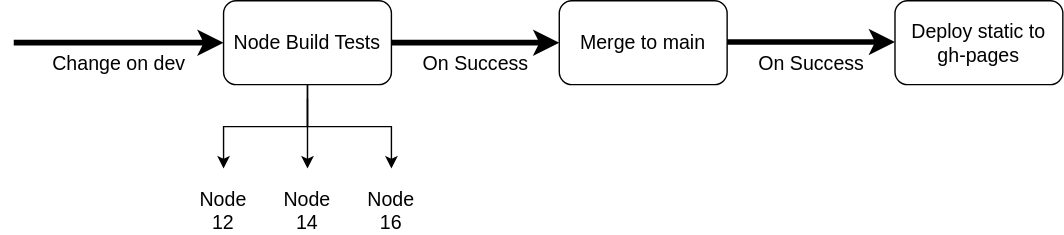
Earlier version of the draw.io export assets/fullprocess.svg (williamng95/fintech-devops). Source tidied: cells renumbered, new cells last; positions are measured from the earlier drawing's top-left corner, leaving out a move shared by most shapes. Its diagram source:
```xml
<mxGraphModel>
  <root>
    <mxCell id="0" />
    <mxCell id="1" parent="0" />
    <mxCell id="2" style="group;labelBackgroundColor=none;fillColor=none;" parent="1" vertex="1">
      <mxGeometry width="750" height="160" as="geometry" />
    </mxCell>
    <mxCell id="3" value="Change on dev" style="endArrow=classic;html=1;strokeColor=#000000;strokeWidth=4;labelPosition=center;verticalLabelPosition=top;align=center;verticalAlign=top;fontSize=14;labelBackgroundColor=none;" parent="2" edge="1">
      <mxGeometry relative="1" as="geometry">
        <mxPoint y="30" as="sourcePoint" />
        <mxPoint x="150" y="30" as="targetPoint" />
      </mxGeometry>
    </mxCell>
    <mxCell id="4" value="Node Build Tests" style="rounded=1;whiteSpace=wrap;html=1;fontSize=14;labelBackgroundColor=none;" parent="2" vertex="1">
      <mxGeometry x="150" width="120" height="60" as="geometry" />
    </mxCell>
    <mxCell id="5" value="Merge to main" style="rounded=1;whiteSpace=wrap;html=1;fontSize=14;labelBackgroundColor=none;" parent="2" vertex="1">
      <mxGeometry x="390" width="120" height="60" as="geometry" />
    </mxCell>
    <mxCell id="6" value="On Success" style="edgeStyle=orthogonalEdgeStyle;curved=1;jettySize=auto;html=1;endArrow=classic;endFill=1;strokeColor=#000000;strokeWidth=4;fontSize=14;labelPosition=center;verticalLabelPosition=top;align=center;verticalAlign=top;labelBackgroundColor=none;" parent="2" edge="1" source="4" target="5">
      <mxGeometry relative="1" as="geometry" />
    </mxCell>
    <mxCell id="7" style="edgeStyle=elbowEdgeStyle;elbow=vertical;html=1;rounded=0;labelBackgroundColor=none;" parent="2" edge="1">
      <mxGeometry relative="1" as="geometry">
        <mxPoint x="210" y="70" as="sourcePoint" />
        <mxPoint x="150" y="120" as="targetPoint" />
        <Array as="points">
          <mxPoint x="180" y="90" />
        </Array>
      </mxGeometry>
    </mxCell>
    <mxCell id="8" style="edgeStyle=elbowEdgeStyle;elbow=vertical;html=1;rounded=0;labelBackgroundColor=none;" parent="2" edge="1">
      <mxGeometry relative="1" as="geometry">
        <mxPoint x="210" y="60" as="sourcePoint" />
        <mxPoint x="210" y="120" as="targetPoint" />
      </mxGeometry>
    </mxCell>
    <mxCell id="9" style="edgeStyle=elbowEdgeStyle;elbow=vertical;html=1;rounded=0;labelBackgroundColor=none;" parent="2" edge="1">
      <mxGeometry relative="1" as="geometry">
        <mxPoint x="210" y="60" as="sourcePoint" />
        <mxPoint x="270" y="120" as="targetPoint" />
      </mxGeometry>
    </mxCell>
    <mxCell id="10" value="Node 12" style="text;html=1;strokeColor=none;fillColor=none;align=center;verticalAlign=middle;whiteSpace=wrap;rounded=0;fontSize=14;labelBackgroundColor=none;" parent="2" vertex="1">
      <mxGeometry x="130" y="140" width="40" height="20" as="geometry" />
    </mxCell>
    <mxCell id="11" value="Node 14" style="text;html=1;strokeColor=none;fillColor=none;align=center;verticalAlign=middle;whiteSpace=wrap;rounded=0;fontSize=14;labelBackgroundColor=none;" parent="2" vertex="1">
      <mxGeometry x="190" y="140" width="40" height="20" as="geometry" />
    </mxCell>
    <mxCell id="12" value="Node 16" style="text;html=1;strokeColor=none;fillColor=none;align=center;verticalAlign=middle;whiteSpace=wrap;rounded=0;fontSize=14;labelBackgroundColor=none;" parent="2" vertex="1">
      <mxGeometry x="250" y="140" width="40" height="20" as="geometry" />
    </mxCell>
    <mxCell id="13" value="On Success" style="edgeStyle=orthogonalEdgeStyle;curved=1;orthogonalLoop=1;jettySize=auto;html=1;endArrow=classic;endFill=1;strokeColor=#000000;strokeWidth=4;fontSize=14;labelPosition=center;verticalLabelPosition=top;align=center;verticalAlign=top;labelBackgroundColor=none;" parent="2" edge="1">
      <mxGeometry relative="1" as="geometry">
        <mxPoint x="510" y="29.5" as="sourcePoint" />
        <mxPoint x="630" y="29.5" as="targetPoint" />
      </mxGeometry>
    </mxCell>
    <mxCell id="14" value="Deploy static to gh-pages" style="rounded=1;whiteSpace=wrap;html=1;fontSize=14;labelBackgroundColor=none;" parent="2" vertex="1">
      <mxGeometry x="630" width="120" height="60" as="geometry" />
    </mxCell>
  </root>
</mxGraphModel>
```
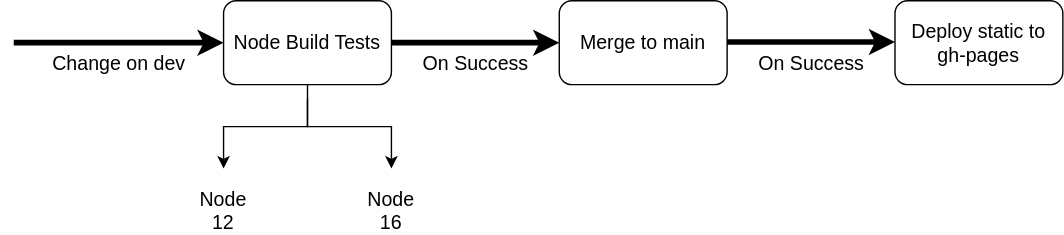
After the commit.

Commit message:
add motivations and summry

What changed in the source:
```diff
@@ -2,7 +2,7 @@
   <root>
     <mxCell id="0" />
     <mxCell id="1" parent="0" />
-    <mxCell id="2" style="group;labelBackgroundColor=none;fillColor=none;" parent="1" vertex="1">
+    <mxCell id="2" style="group;" parent="1" vertex="1">
       <mxGeometry width="750" height="160" as="geometry" />
     </mxCell>
     <mxCell id="3" value="Change on dev" style="endArrow=classic;html=1;strokeColor=#000000;strokeWidth=4;labelPosition=center;verticalLabelPosition=top;align=center;verticalAlign=top;fontSize=14;labelBackgroundColor=none;" parent="2" edge="1">
@@ -32,32 +32,23 @@
     <mxCell id="8" style="edgeStyle=elbowEdgeStyle;elbow=vertical;html=1;rounded=0;labelBackgroundColor=none;" parent="2" edge="1">
       <mxGeometry relative="1" as="geometry">
         <mxPoint x="210" y="60" as="sourcePoint" />
-        <mxPoint x="210" y="120" as="targetPoint" />
+        <mxPoint x="270" y="120" as="targetPoint" />
       </mxGeometry>
     </mxCell>
-    <mxCell id="9" style="edgeStyle=elbowEdgeStyle;elbow=vertical;html=1;rounded=0;labelBackgroundColor=none;" parent="2" edge="1">
-      <mxGeometry relative="1" as="geometry">
-        <mxPoint x="210" y="60" as="sourcePoint" />
-        <mxPoint x="270" y="120" as="targetPoint" />
-      </mxGeometry>
+    <mxCell id="9" value="Node 12" style="text;html=1;strokeColor=none;fillColor=none;align=center;verticalAlign=middle;whiteSpace=wrap;rounded=0;fontSize=14;labelBackgroundColor=none;" parent="2" vertex="1">
+      <mxGeometry x="130" y="140" width="40" height="20" as="geometry" />
     </mxCell>
-    <mxCell id="10" value="Node 12" style="text;html=1;strokeColor=none;fillColor=none;align=center;verticalAlign=middle;whiteSpace=wrap;rounded=0;fontSize=14;labelBackgroundColor=none;" parent="2" vertex="1">
-      <mxGeometry x="130" y="140" width="40" height="20" as="geometry" />
+    <mxCell id="10" value="Node 16" style="text;html=1;strokeColor=none;fillColor=none;align=center;verticalAlign=middle;whiteSpace=wrap;rounded=0;fontSize=14;labelBackgroundColor=none;" parent="2" vertex="1">
+      <mxGeometry x="250" y="140" width="40" height="20" as="geometry" />
     </mxCell>
-    <mxCell id="11" value="Node 14" style="text;html=1;strokeColor=none;fillColor=none;align=center;verticalAlign=middle;whiteSpace=wrap;rounded=0;fontSize=14;labelBackgroundColor=none;" parent="2" vertex="1">
-      <mxGeometry x="190" y="140" width="40" height="20" as="geometry" />
+    <mxCell id="11" value="On Success" style="edgeStyle=orthogonalEdgeStyle;curved=1;orthogonalLoop=1;jettySize=auto;html=1;endArrow=classic;endFill=1;strokeColor=#000000;strokeWidth=4;fontSize=14;labelPosition=center;verticalLabelPosition=top;align=center;verticalAlign=top;labelBackgroundColor=none;" parent="2" edge="1">
+      <mxGeometry relative="1" as="geometry">
+        <mxPoint x="510" y="29.5" as="sourcePoint" />
+        <mxPoint x="630" y="29.5" as="targetPoint" />
+      </mxGeometry>
     </mxCell>
-    <mxCell id="12" value="Node 16" style="text;html=1;strokeColor=none;fillColor=none;align=center;verticalAlign=middle;whiteSpace=wrap;rounded=0;fontSize=14;labelBackgroundColor=none;" parent="2" vertex="1">
-      <mxGeometry x="250" y="140" width="40" height="20" as="geometry" />
+    <mxCell id="12" value="Deploy static to gh-pages" style="rounded=1;whiteSpace=wrap;html=1;fontSize=14;" parent="2" vertex="1">
+      <mxGeometry x="630" width="120" height="60" as="geometry" />
     </mxCell>
-    <mxCell id="13" value="On Success" style="edgeStyle=orthogonalEdgeStyle;curved=1;orthogonalLoop=1;jettySize=auto;html=1;endArrow=classic;endFill=1;strokeColor=#000000;strokeWidth=4;fontSize=14;labelPosition=center;verticalLabelPosition=top;align=center;verticalAlign=top;labelBackgroundColor=none;" parent="2" edge="1">
-      <mxGeometry relative="1" as="geometry">
-        <mxPoint x="510" y="29.5" as="sourcePoint" />
-        <mxPoint x="630" y="29.5" as="targetPoint" />
-      </mxGeometry>
-    </mxCell>
-    <mxCell id="14" value="Deploy static to gh-pages" style="rounded=1;whiteSpace=wrap;html=1;fontSize=14;labelBackgroundColor=none;" parent="2" vertex="1">
-      <mxGeometry x="630" width="120" height="60" as="geometry" />
-    </mxCell>
   </root>
 </mxGraphModel>
```
